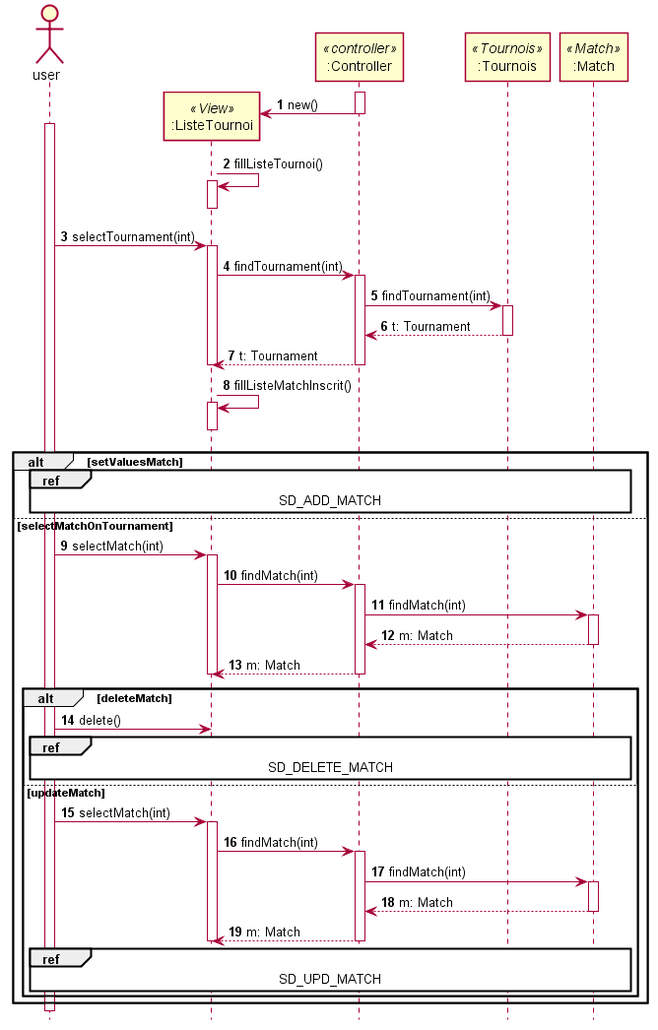
The PlantUML diagram ANC3-Diagramme/UC_TOURNOIS/SD_TOURNOIS.png in MatildeGr/Java-Tournament-Management, before a commit.
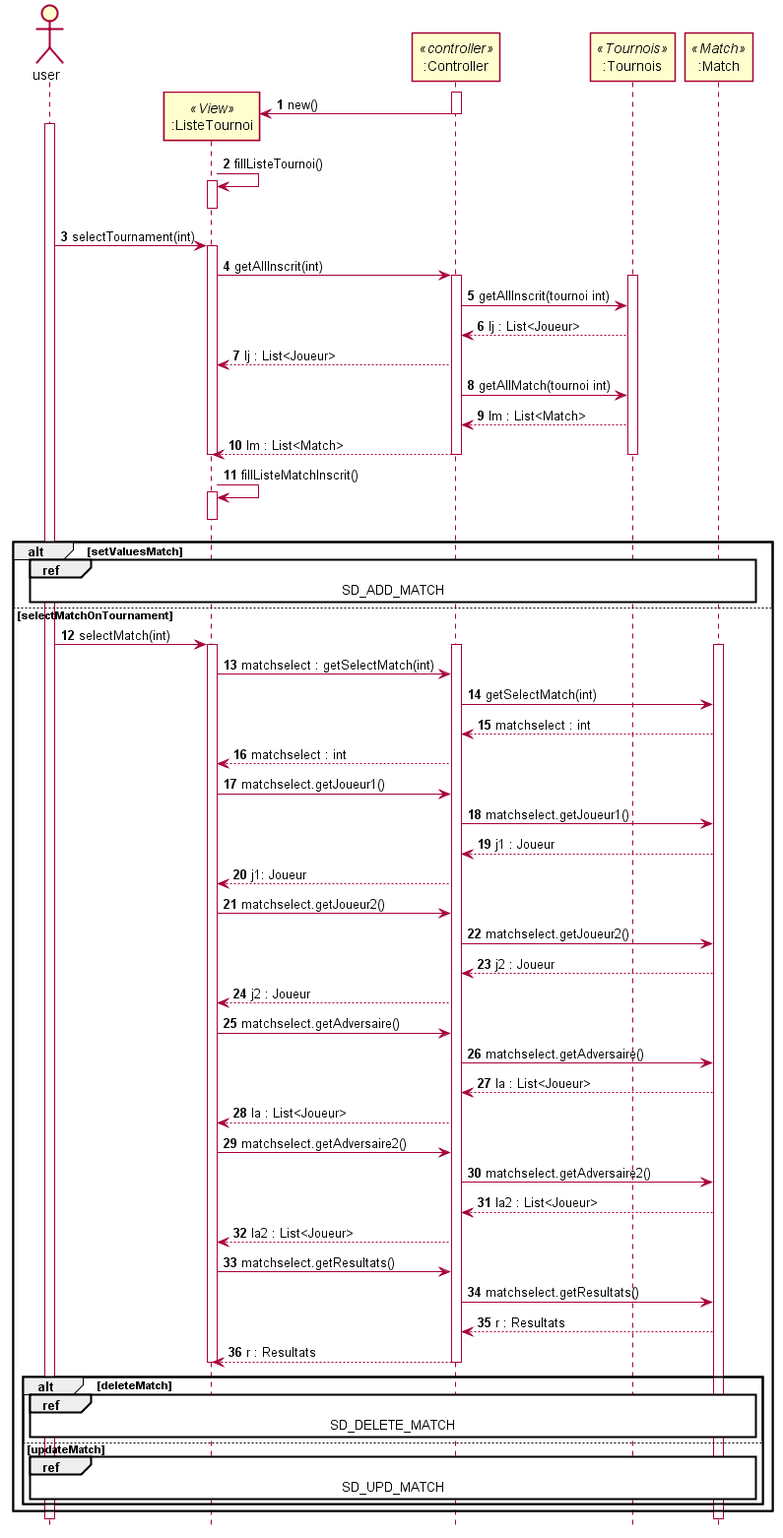
After the commit.

Diff of the diagram source:
```diff
@@ -18,13 +18,16 @@
 deactivate v
 u -> v :selectTournament(int)
 activate v
-v -> c :findTournament(int)
+v -> c :getAllInscrit(int)
 activate c
-c -> lt : findTournament(int)
 activate lt
-lt --> c : t: Tournament
+c -> lt : getAllInscrit(tournoi int)
+lt --> c : lj : List<Joueur>
+c --> v : lj : List<Joueur>
+c -> lt : getAllMatch(tournoi int)
+lt --> c : lm : List<Match>
+c --> v : lm : List<Match>
 deactivate lt
-c --> v :t: Tournament
 deactivate c
 deactivate v
 v -> v : fillListeMatchInscrit()
@@ -35,30 +38,38 @@
 else selectMatchOnTournament
     u -> v :selectMatch(int)
     activate v
-    v -> c :findMatch(int)
     activate c
-    c -> lm : findMatch(int)
     activate lm
-    lm-->c: m: Match
-    deactivate lm
-    c --> v :m: Match
+    v -> c :matchselect : getSelectMatch(int)
+    c -> lm : getSelectMatch(int)
+    lm --> c : matchselect : int
+    c-->v : matchselect : int
+    v ->c : matchselect.getJoueur1()
+    c ->lm : matchselect.getJoueur1()
+    lm --> c : j1 : Joueur
+    c-->v : j1: Joueur
+    v-> c : matchselect.getJoueur2()
+    c->lm : matchselect.getJoueur2()
+    lm --> c : j2 : Joueur
+    c-->v : j2 : Joueur
+    v->c :matchselect.getAdversaire()
+    c->lm :matchselect.getAdversaire()
+    lm --> c : la : List<Joueur>
+    c-->v : la : List<Joueur>
+    v-> c : matchselect.getAdversaire2()
+    c-> lm :matchselect.getAdversaire2()
+    lm --> c : la2 : List<Joueur>
+    c-->v : la2 : List<Joueur>
+    v -> c : matchselect.getResultats()
+    c -> lm : matchselect.getResultats()
+    lm --> c : r : Resultats
+    c --> v : r : Resultats
     deactivate c
     deactivate v
 
     alt deleteMatch
-        u -> v :delete()
         ref over u,lm :SD_DELETE_MATCH
     else updateMatch
-
-        u -> v :selectMatch(int)
-        activate v
-        v -> c :findMatch(int)
-        activate c
-        c -> lm : findMatch(int)
-        activate lm
-        lm-->c: m: Match
-        deactivate lm
-        c --> v :m: Match
         ref over u,lm :SD_UPD_MATCH
         deactivate c
         deactivate v
```
